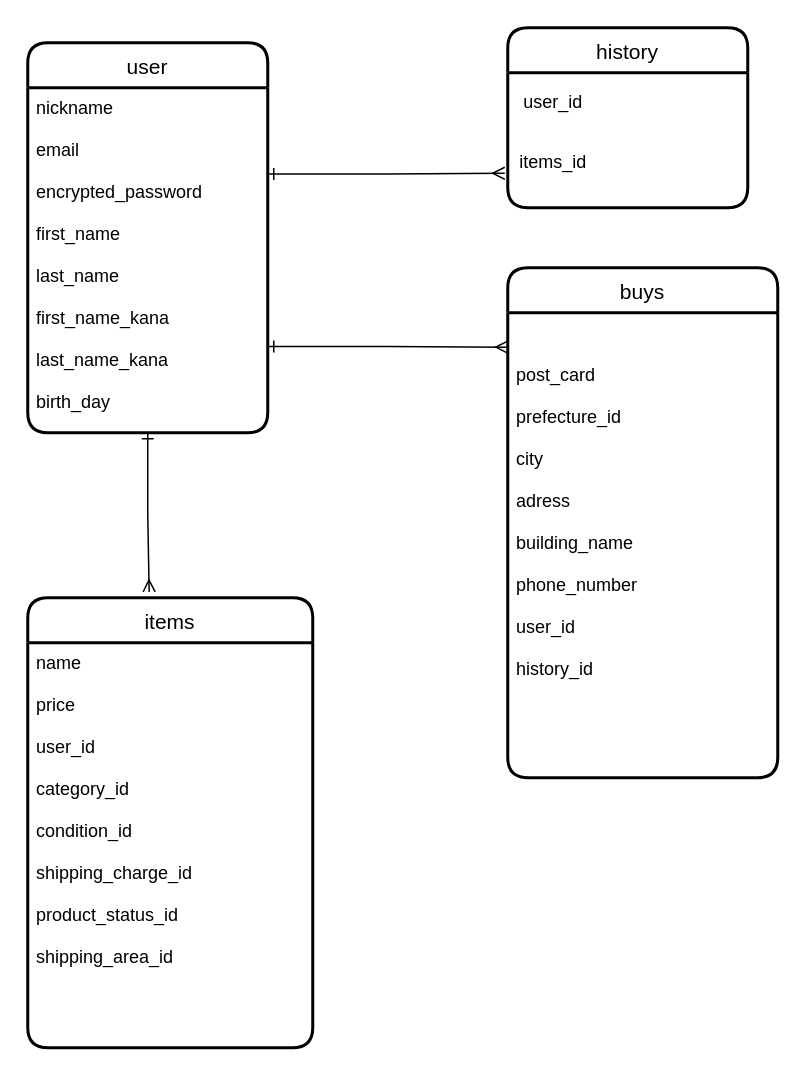
Above: test.dio in Masato0530/furima-35867 (draw.io), before the change. Source tidied: cells renumbered, new cells numbered last; positions are measured from the earlier drawing's top-left corner, leaving out a move shared by most shapes. Both pictures are drawn from the tidied source at 150%, with x=0, y=0 at pixel (27, 27).
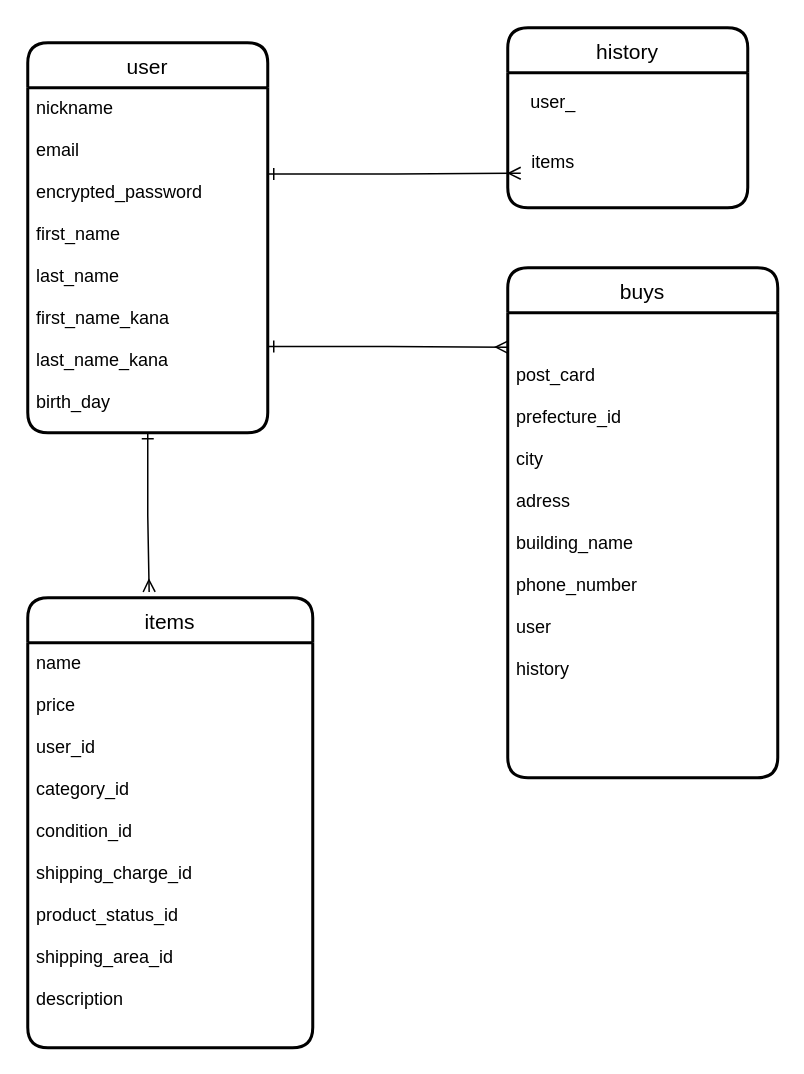
The same diagram, later.

Change to the diagram source:
```diff
@@
 <mxGraphModel>
   <root>
     <mxCell id="0" />
     <mxCell id="1" parent="0" />
     <mxCell id="2" value="items" style="swimlane;horizontal=1;startSize=30;rounded=1;fontSize=14;fontStyle=0;strokeWidth=2;shadow=0;dashed=0;align=center;fillColor=none;" parent="1" vertex="1">
       <mxGeometry y="380" width="190" height="300" as="geometry" />
     </mxCell>
-    <mxCell id="3" value="name&#10;&#10;price&#10;&#10;user_id&#10;&#10;category_id&#10;&#10;condition_id&#10;&#10;shipping_charge_id&#10;&#10;product_status_id&#10;&#10;shipping_area_id" style="align=left;strokeColor=none;fillColor=none;spacingLeft=4;fontSize=12;verticalAlign=top;" parent="2" vertex="1">
+    <mxCell id="3" value="name&#10;&#10;price&#10;&#10;user_id&#10;&#10;category_id&#10;&#10;condition_id&#10;&#10;shipping_charge_id&#10;&#10;product_status_id&#10;&#10;shipping_area_id&#10;&#10;description" style="align=left;strokeColor=none;fillColor=none;spacingLeft=4;fontSize=12;verticalAlign=top;" parent="2" vertex="1">
       <mxGeometry y="30" width="190" height="270" as="geometry" />
     </mxCell>
     <mxCell id="4" value="history" style="swimlane;horizontal=1;startSize=30;rounded=1;fontSize=14;fontStyle=0;strokeWidth=2;shadow=0;dashed=0;align=center;fillColor=none;" parent="1" vertex="1">
       <mxGeometry x="320" width="160" height="120" as="geometry" />
     </mxCell>
     <mxCell id="5" value="buys" style="swimlane;horizontal=1;startSize=30;rounded=1;fontSize=14;fontStyle=0;strokeWidth=2;shadow=0;dashed=0;align=center;fillColor=none;" parent="1" vertex="1">
       <mxGeometry x="320" y="160" width="180" height="340" as="geometry" />
     </mxCell>
-    <mxCell id="6" value="&#10;&#10;post_card&#10;&#10;prefecture_id&#10;&#10;city&#10;&#10;adress&#10;&#10;building_name&#10;&#10;phone_number&#10;&#10;user_id&#10;&#10;history_id&#10;&#10;" style="align=left;strokeColor=none;fillColor=none;spacingLeft=4;fontSize=12;verticalAlign=top;" parent="5" vertex="1">
+    <mxCell id="6" value="&#10;&#10;post_card&#10;&#10;prefecture_id&#10;&#10;city&#10;&#10;adress&#10;&#10;building_name&#10;&#10;phone_number&#10;&#10;user&#10;&#10;history&#10;&#10;" style="align=left;strokeColor=none;fillColor=none;spacingLeft=4;fontSize=12;verticalAlign=top;" parent="5" vertex="1">
       <mxGeometry y="30" width="180" height="310" as="geometry" />
     </mxCell>
     <mxCell id="7" style="edgeStyle=orthogonalEdgeStyle;rounded=0;orthogonalLoop=1;jettySize=auto;html=1;exitX=0.5;exitY=1;exitDx=0;exitDy=0;" parent="5" edge="1" source="6" target="6">
       <mxGeometry relative="1" as="geometry" />
     </mxCell>
     <mxCell id="8" style="edgeStyle=orthogonalEdgeStyle;rounded=0;orthogonalLoop=1;jettySize=auto;html=1;exitX=0.5;exitY=1;exitDx=0;exitDy=0;" parent="5" edge="1" source="6" target="6">
       <mxGeometry relative="1" as="geometry" />
     </mxCell>
     <mxCell id="9" style="edgeStyle=orthogonalEdgeStyle;rounded=0;orthogonalLoop=1;jettySize=auto;html=1;exitX=0.5;exitY=1;exitDx=0;exitDy=0;startArrow=ERone;startFill=0;endArrow=ERmany;endFill=0;" parent="5" edge="1" source="6" target="6">
       <mxGeometry relative="1" as="geometry" />
     </mxCell>
-    <mxCell id="10" value="user_id" style="text;html=1;align=center;verticalAlign=middle;" parent="1" vertex="1">
+    <mxCell id="10" value="user_" style="text;html=1;align=center;verticalAlign=middle;" parent="1" vertex="1">
       <mxGeometry x="325" y="40" width="50" height="20" as="geometry" />
     </mxCell>
-    <mxCell id="11" value="items_id" style="text;html=1;align=center;verticalAlign=middle;points=[];" parent="1" vertex="1">
-      <mxGeometry x="320" y="80" width="60" height="20" as="geometry" />
+    <mxCell id="11" value="items" style="text;html=1;align=center;verticalAlign=middle;points=[];" parent="1" vertex="1">
+      <mxGeometry x="330" y="80" width="40" height="20" as="geometry" />
     </mxCell>
     <mxCell id="12" value="user" style="swimlane;horizontal=1;startSize=30;rounded=1;fontSize=14;fontStyle=0;strokeWidth=2;shadow=0;dashed=0;align=center;" parent="1" vertex="1">
       <mxGeometry y="10" width="160" height="260" as="geometry" />
     </mxCell>
     <mxCell id="13" value="nickname&#10;&#10;email&#10;&#10;encrypted_password&#10;&#10;first_name&#10;&#10;last_name&#10;&#10;first_name_kana&#10;&#10;last_name_kana&#10;&#10;birth_day&#10;&#10;&#10;&#10;&#10;" style="align=left;strokeColor=none;fillColor=none;spacingLeft=4;fontSize=12;verticalAlign=top;" parent="12" vertex="1">
       <mxGeometry y="30" width="160" height="230" as="geometry" />
     </mxCell>
     <mxCell id="14" style="edgeStyle=orthogonalEdgeStyle;rounded=0;jettySize=auto;html=1;exitX=1;exitY=0.25;exitDx=0;exitDy=0;entryX=-0.033;entryY=0.85;entryDx=0;entryDy=0;entryPerimeter=0;startArrow=ERone;startFill=0;endArrow=ERmany;endFill=0;" parent="1" edge="1" source="13" target="11">
       <mxGeometry relative="1" as="geometry" />
     </mxCell>
     <mxCell id="15" style="edgeStyle=orthogonalEdgeStyle;rounded=0;jettySize=auto;html=1;exitX=0.5;exitY=1;exitDx=0;exitDy=0;entryX=0.426;entryY=-0.013;entryDx=0;entryDy=0;entryPerimeter=0;startArrow=ERone;startFill=0;endArrow=ERmany;endFill=0;" parent="1" edge="1" source="13" target="2">
       <mxGeometry relative="1" as="geometry" />
     </mxCell>
     <mxCell id="16" style="edgeStyle=orthogonalEdgeStyle;rounded=0;jettySize=auto;html=1;exitX=1;exitY=0.75;exitDx=0;exitDy=0;entryX=0;entryY=0.074;entryDx=0;entryDy=0;entryPerimeter=0;startArrow=ERone;startFill=0;endArrow=ERmany;endFill=0;" parent="1" edge="1" source="13" target="6">
       <mxGeometry relative="1" as="geometry" />
     </mxCell>
   </root>
 </mxGraphModel>
```
